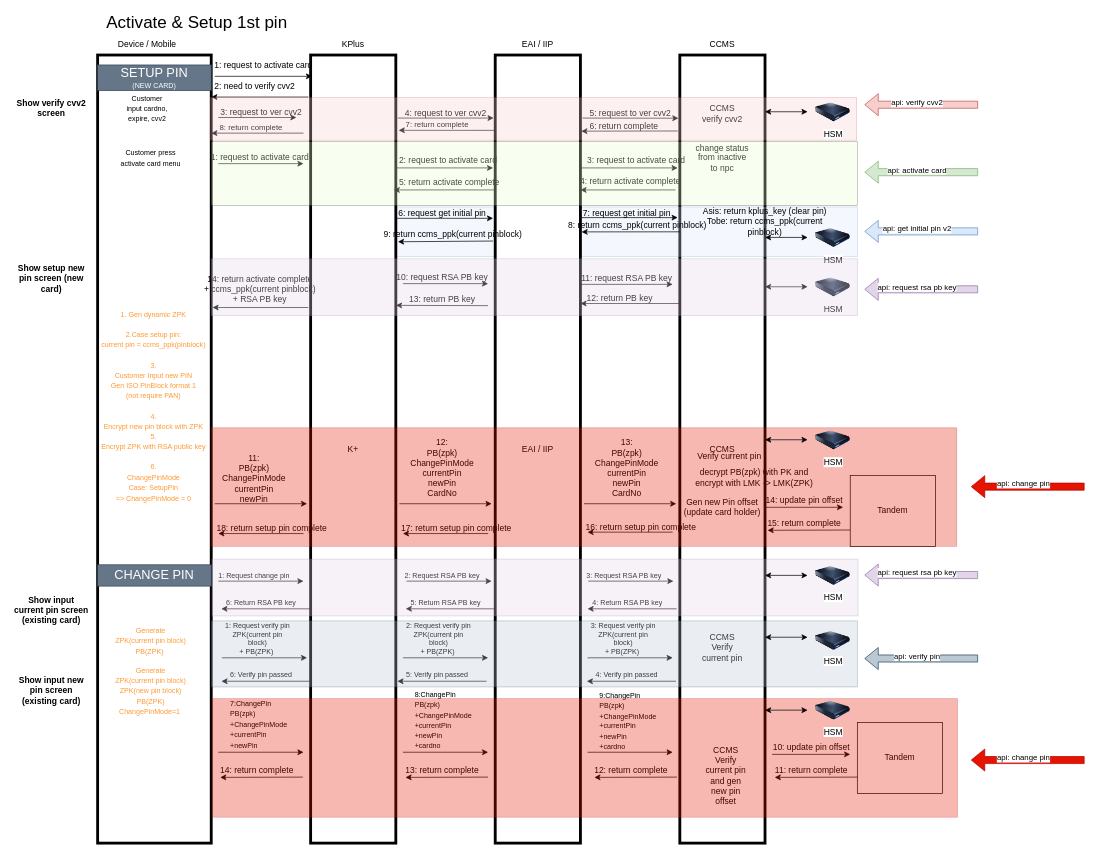
Before: page "KPlus_ChangePin" (2 of 2) of CCMS_Project.drawio in chawaratr/drawio, a draw.io diagram. Source tidied: cells renumbered, new cells numbered last; positions are measured from the earlier drawing's top-left corner, leaving out a move shared by most shapes. Both pictures are drawn from the tidied source at 71%, with x=0, y=0 at pixel (12, 12).
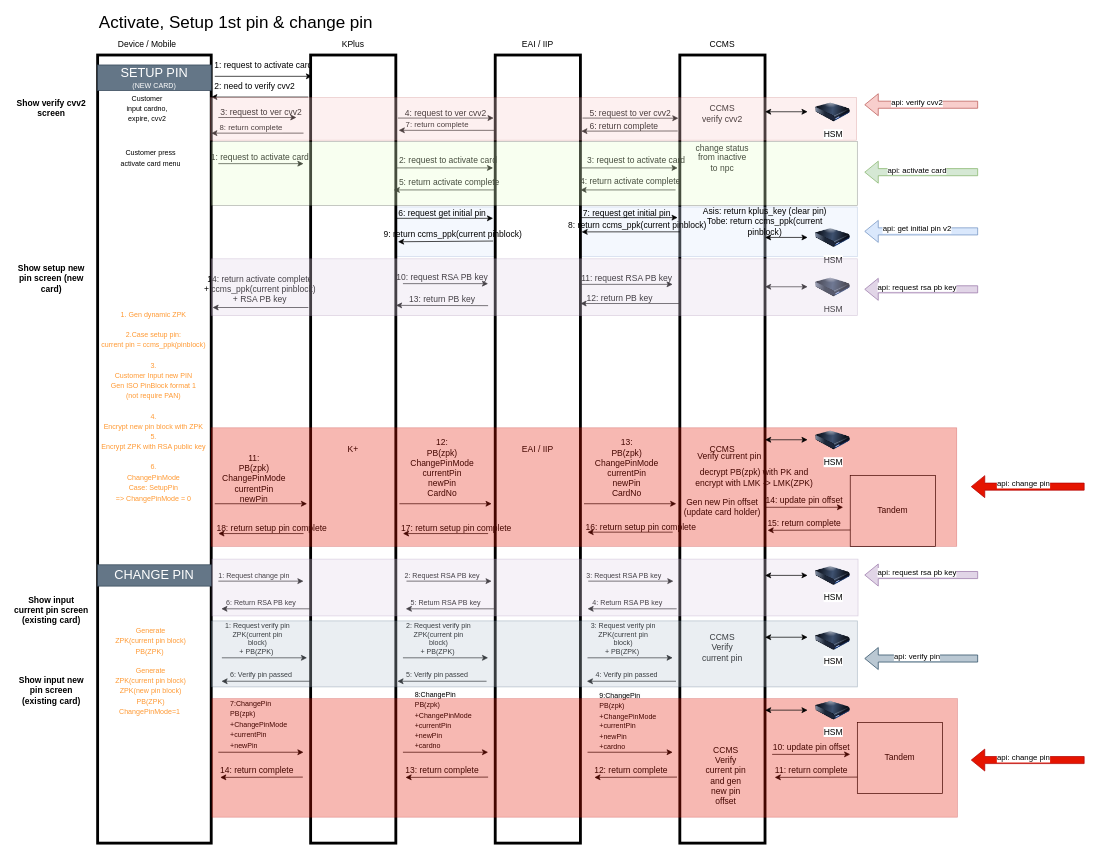
The same page after the edit.

Commit message:
upd new title

What changed in the source:
```diff
@@
-    <mxCell id="5" value="&lt;font style=&quot;font-size: 24px;&quot;&gt;Activate &amp;amp; Setup 1st pin&lt;/font&gt;" style="text;html=1;align=center;verticalAlign=middle;whiteSpace=wrap;rounded=0;" parent="1" vertex="1">
-      <mxGeometry x="110" width="300" height="30" as="geometry" />
+    <mxCell id="5" value="&lt;font style=&quot;font-size: 24px;&quot;&gt;Activate, Setup 1st pin &amp;amp; change pin&lt;/font&gt;" style="text;html=1;align=center;verticalAlign=middle;whiteSpace=wrap;rounded=0;" parent="1" vertex="1">
+      <mxGeometry x="110" width="410" height="30" as="geometry" />
     </mxCell>
```
